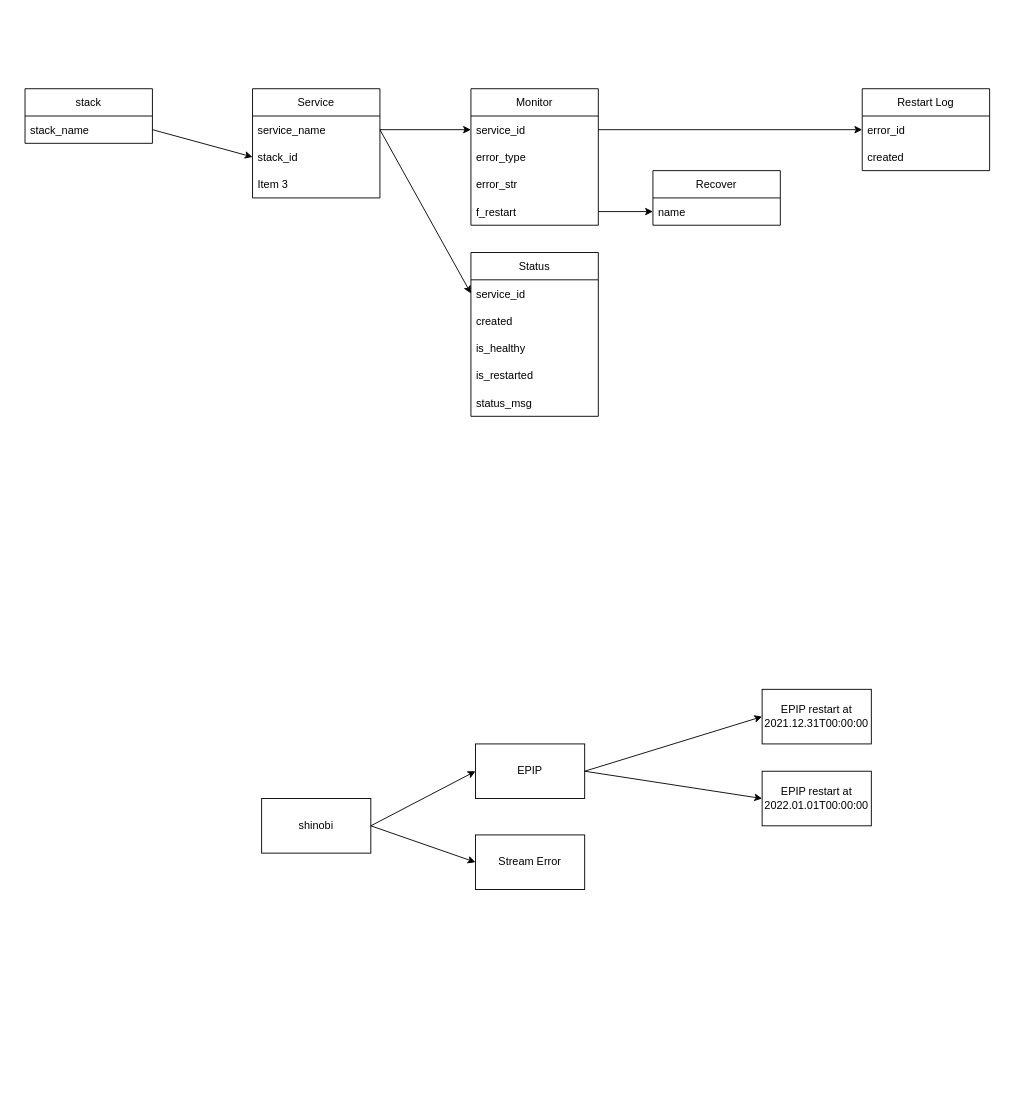
This is System Monitor Database Structure Diagram.drawio from QAlexBall/diagrams, a draw.io file, before an edit. Source tidied: cells renumbered, new cells numbered last; positions are measured from the earlier drawing's top-left corner, leaving out a move shared by most shapes. Both pictures are drawn from the tidied source at 91%, with x=0, y=0 at pixel (25, 88).
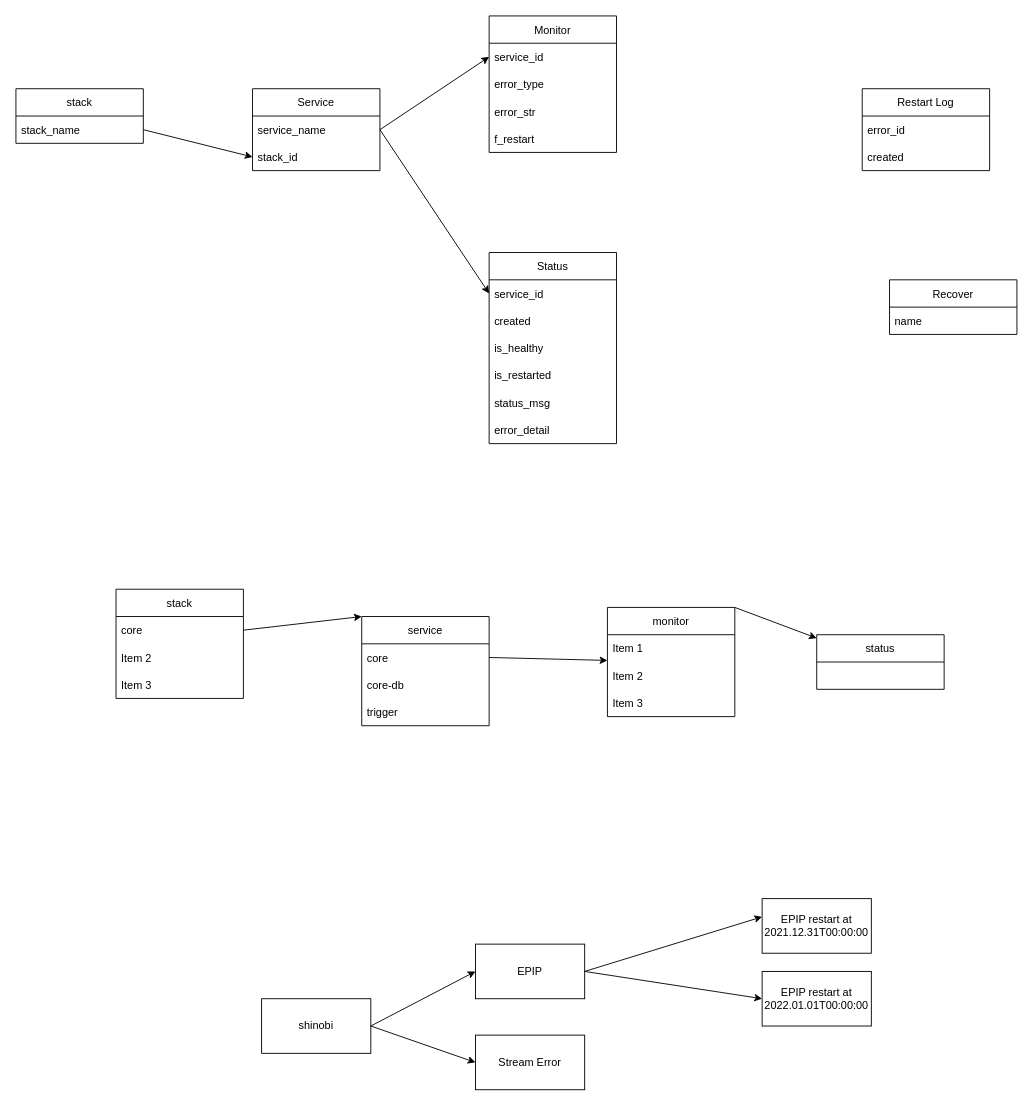
The same page after the edit.

The change refers to these unchanged cells:
```xml
<mxCell id="7" value="service_id" style="text;strokeColor=none;fillColor=none;align=left;verticalAlign=middle;spacingLeft=4;spacingRight=4;overflow=hidden;points=[[0,0.5],[1,0.5]];portConstraint=eastwest;" parent="6" vertex="1">
  <mxGeometry y="30" width="140" height="30" as="geometry" />
</mxCell>
<mxCell id="10" value="f_restart" style="text;strokeColor=none;fillColor=none;align=left;verticalAlign=middle;spacingLeft=4;spacingRight=4;overflow=hidden;points=[[0,0.5],[1,0.5]];portConstraint=eastwest;" parent="6" vertex="1">
  <mxGeometry y="120" width="140" height="30" as="geometry" />
</mxCell>
<mxCell id="12" value="error_id" style="text;strokeColor=none;fillColor=none;align=left;verticalAlign=middle;spacingLeft=4;spacingRight=4;overflow=hidden;points=[[0,0.5],[1,0.5]];portConstraint=eastwest;" parent="11" vertex="1">
  <mxGeometry y="30" width="140" height="30" as="geometry" />
</mxCell>
<mxCell id="37" value="name" style="text;strokeColor=none;fillColor=none;align=left;verticalAlign=middle;spacingLeft=4;spacingRight=4;overflow=hidden;points=[[0,0.5],[1,0.5]];portConstraint=eastwest;" parent="36" vertex="1">
  <mxGeometry y="30" width="140" height="30" as="geometry" />
</mxCell>
```

Diff of the diagram source:
```diff
@@
     <mxCell id="2" value="Service" style="swimlane;fontStyle=0;horizontal=1;startSize=30;" parent="1" vertex="1">
-      <mxGeometry x="250" width="140" height="120" as="geometry" />
+      <mxGeometry x="250" width="140" height="90" as="geometry" />
     </mxCell>
@@
-    <mxCell id="5" value="Item 3" style="text;strokeColor=none;fillColor=none;align=left;verticalAlign=middle;spacingLeft=4;spacingRight=4;overflow=hidden;" parent="2" vertex="1">
-      <mxGeometry y="90" width="140" height="30" as="geometry" />
-    </mxCell>
     <mxCell id="6" value="Monitor" style="swimlane;fontStyle=0;horizontal=1;startSize=30;" parent="1" vertex="1">
-      <mxGeometry x="490" width="140" height="150" as="geometry" />
+      <mxGeometry x="510" y="-80" width="140" height="150" as="geometry" />
     </mxCell>
@@
-    <mxCell id="15" style="endArrow=classic;html=1;rounded=0;exitX=1;exitY=0.5;exitDx=0;exitDy=0;entryX=0;entryY=0.5;entryDx=0;entryDy=0;" parent="1" edge="1" source="7" target="12">
-      <mxGeometry relative="1" as="geometry" />
-    </mxCell>
     <mxCell id="16" value="shinobi" style="rounded=0;whiteSpace=wrap;html=1;" parent="1" vertex="1">
-      <mxGeometry x="260" y="780" width="120" height="60" as="geometry" />
+      <mxGeometry x="260" y="1000" width="120" height="60" as="geometry" />
     </mxCell>
@@
     <mxCell id="18" value="EPIP" style="rounded=0;whiteSpace=wrap;html=1;" parent="1" vertex="1">
-      <mxGeometry x="495" y="720" width="120" height="60" as="geometry" />
+      <mxGeometry x="495" y="940" width="120" height="60" as="geometry" />
     </mxCell>
@@
     <mxCell id="20" value="Stream Error" style="rounded=0;whiteSpace=wrap;html=1;" parent="1" vertex="1">
-      <mxGeometry x="495" y="820" width="120" height="60" as="geometry" />
+      <mxGeometry x="495" y="1040" width="120" height="60" as="geometry" />
     </mxCell>
-    <mxCell id="21" style="endArrow=classic;html=1;rounded=0;exitX=1;exitY=0.5;exitDx=0;exitDy=0;entryX=0;entryY=0.5;entryDx=0;entryDy=0;" parent="1" edge="1" source="18" target="22">
-      <mxGeometry relative="1" as="geometry" />
+    <mxCell id="21" style="endArrow=classic;html=1;rounded=0;exitX=1;exitY=0.5;exitDx=0;exitDy=0;entryX=0;entryY=0.5;entryDx=0;entryDy=0;" parent="1" edge="1" source="18">
+      <mxGeometry relative="1" as="geometry">
+        <mxPoint x="810" y="910" as="targetPoint" />
+      </mxGeometry>
     </mxCell>
     <mxCell id="22" value="EPIP restart at 2021.12.31T00:00:00" style="rounded=0;whiteSpace=wrap;html=1;" parent="1" vertex="1">
-      <mxGeometry x="810" y="660" width="120" height="60" as="geometry" />
+      <mxGeometry x="810" y="890" width="120" height="60" as="geometry" />
     </mxCell>
     <mxCell id="23" value="EPIP restart at 2022.01.01T00:00:00" style="rounded=0;whiteSpace=wrap;html=1;" parent="1" vertex="1">
-      <mxGeometry x="810" y="750" width="120" height="60" as="geometry" />
+      <mxGeometry x="810" y="970" width="120" height="60" as="geometry" />
     </mxCell>
@@
     <mxCell id="25" value="Status" style="swimlane;fontStyle=0;horizontal=1;startSize=30;" parent="1" vertex="1">
-      <mxGeometry x="490" y="180" width="140" height="180" as="geometry" />
+      <mxGeometry x="510" y="180" width="140" height="210" as="geometry" />
     </mxCell>
@@
+    <mxCell id="38" value="error_detail" style="text;strokeColor=none;fillColor=none;align=left;verticalAlign=middle;spacingLeft=4;spacingRight=4;overflow=hidden;" parent="25" vertex="1">
+      <mxGeometry y="180" width="140" height="30" as="geometry" />
+    </mxCell>
@@
-    <mxCell id="32" style="endArrow=classic;html=1;rounded=0;exitX=1;exitY=0.5;exitDx=0;exitDy=0;entryX=0;entryY=0.5;entryDx=0;entryDy=0;" parent="1" edge="1" source="10" target="37">
-      <mxGeometry relative="1" as="geometry" />
-    </mxCell>
     <mxCell id="33" value="stack" style="swimlane;fontStyle=0;horizontal=1;startSize=30;" parent="1" vertex="1">
-      <mxGeometry width="140" height="60" as="geometry" />
+      <mxGeometry x="-10" width="140" height="60" as="geometry" />
     </mxCell>
@@
     <mxCell id="36" value="Recover" style="swimlane;fontStyle=0;horizontal=1;startSize=30;" parent="1" vertex="1">
-      <mxGeometry x="690" y="90" width="140" height="60" as="geometry" />
+      <mxGeometry x="950" y="210" width="140" height="60" as="geometry" />
     </mxCell>
@@
+    <mxCell id="39" value="stack" style="swimlane;fontStyle=0;horizontal=1;startSize=30;" parent="1" vertex="1">
+      <mxGeometry x="100" y="550" width="140" height="120" as="geometry" />
+    </mxCell>
+    <mxCell id="40" value="core" style="text;strokeColor=none;fillColor=none;align=left;verticalAlign=middle;spacingLeft=4;spacingRight=4;overflow=hidden;points=[[0,0.5],[1,0.5]];portConstraint=eastwest;" parent="39" vertex="1">
+      <mxGeometry y="30" width="140" height="30" as="geometry" />
+    </mxCell>
+    <mxCell id="41" value="Item 2" style="text;strokeColor=none;fillColor=none;align=left;verticalAlign=middle;spacingLeft=4;spacingRight=4;overflow=hidden;" parent="39" vertex="1">
+      <mxGeometry y="60" width="140" height="30" as="geometry" />
+    </mxCell>
+    <mxCell id="42" value="Item 3" style="text;strokeColor=none;fillColor=none;align=left;verticalAlign=middle;spacingLeft=4;spacingRight=4;overflow=hidden;" parent="39" vertex="1">
+      <mxGeometry y="90" width="140" height="30" as="geometry" />
+    </mxCell>
+    <mxCell id="43" style="endArrow=classic;html=1;rounded=0;exitX=1;exitY=0.5;exitDx=0;exitDy=0;entryX=0;entryY=0;entryDx=0;entryDy=0;" parent="1" edge="1" source="40" target="44">
+      <mxGeometry relative="1" as="geometry" />
+    </mxCell>
+    <mxCell id="44" value="service" style="swimlane;fontStyle=0;horizontal=1;startSize=30;" parent="1" vertex="1">
+      <mxGeometry x="370" y="580" width="140" height="120" as="geometry" />
+    </mxCell>
+    <mxCell id="45" value="core" style="text;strokeColor=none;fillColor=none;align=left;verticalAlign=middle;spacingLeft=4;spacingRight=4;overflow=hidden;points=[[0,0.5],[1,0.5]];portConstraint=eastwest;" parent="44" vertex="1">
+      <mxGeometry y="30" width="140" height="30" as="geometry" />
+    </mxCell>
+    <mxCell id="46" value="core-db" style="text;strokeColor=none;fillColor=none;align=left;verticalAlign=middle;spacingLeft=4;spacingRight=4;overflow=hidden;" parent="44" vertex="1">
+      <mxGeometry y="60" width="140" height="30" as="geometry" />
+    </mxCell>
+    <mxCell id="47" value="trigger" style="text;strokeColor=none;fillColor=none;align=left;verticalAlign=middle;spacingLeft=4;spacingRight=4;overflow=hidden;" parent="44" vertex="1">
+      <mxGeometry y="90" width="140" height="30" as="geometry" />
+    </mxCell>
+    <mxCell id="48" style="endArrow=classic;html=1;rounded=0;exitX=1;exitY=0.5;exitDx=0;exitDy=0;" parent="1" edge="1" source="45" target="49">
+      <mxGeometry relative="1" as="geometry" />
+    </mxCell>
+    <mxCell id="49" value="monitor" style="swimlane;fontStyle=0;horizontal=1;startSize=30;" parent="1" vertex="1">
+      <mxGeometry x="640" y="570" width="140" height="120" as="geometry" />
+    </mxCell>
+    <mxCell id="50" value="Item 1" style="text;strokeColor=none;fillColor=none;align=left;verticalAlign=middle;spacingLeft=4;spacingRight=4;overflow=hidden;" parent="49" vertex="1">
+      <mxGeometry y="30" width="140" height="30" as="geometry" />
+    </mxCell>
+    <mxCell id="51" value="Item 2" style="text;strokeColor=none;fillColor=none;align=left;verticalAlign=middle;spacingLeft=4;spacingRight=4;overflow=hidden;" parent="49" vertex="1">
+      <mxGeometry y="60" width="140" height="30" as="geometry" />
+    </mxCell>
+    <mxCell id="52" value="Item 3" style="text;strokeColor=none;fillColor=none;align=left;verticalAlign=middle;spacingLeft=4;spacingRight=4;overflow=hidden;" parent="49" vertex="1">
+      <mxGeometry y="90" width="140" height="30" as="geometry" />
+    </mxCell>
+    <mxCell id="53" style="endArrow=classic;html=1;rounded=0;exitX=1;exitY=0;exitDx=0;exitDy=0;" parent="1" edge="1" source="49" target="54">
+      <mxGeometry relative="1" as="geometry" />
+    </mxCell>
+    <mxCell id="54" value="status" style="swimlane;fontStyle=0;horizontal=1;startSize=30;" parent="1" vertex="1">
+      <mxGeometry x="870" y="600" width="140" height="60" as="geometry" />
+    </mxCell>
```
